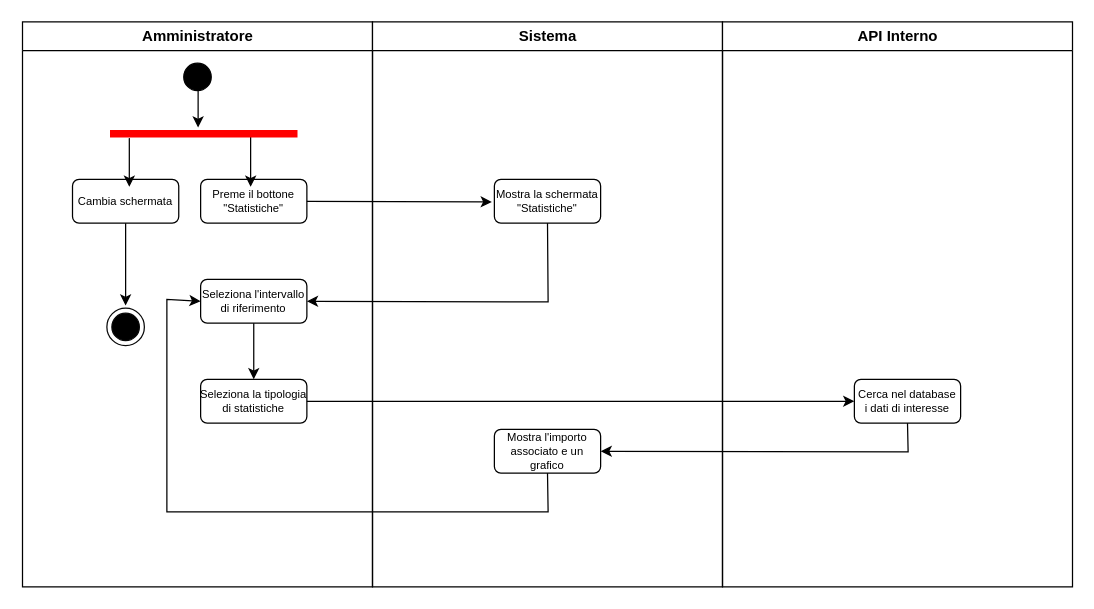
Before: Documentazione/Activity Diagram/drawio/Activity Diagram - Visualizza Statistiche.drawio in vittorioruggiero/Progetto-IngSw, a draw.io diagram. Source tidied: cells renumbered, new cells numbered last; positions are measured from the earlier drawing's top-left corner, leaving out a move shared by most shapes. Both pictures are drawn from the tidied source at 125%, with x=0, y=0 at pixel (21, 21).
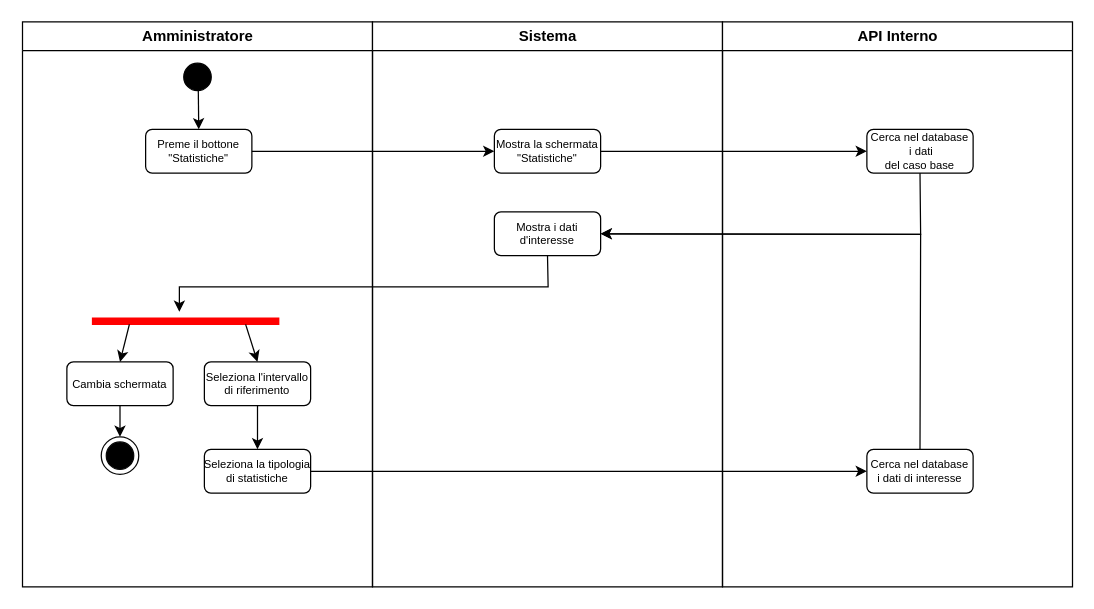
After the change.

Unchanged cells that the change refers to:
```xml
<mxCell id="2" value="Amministratore" style="swimlane;whiteSpace=wrap;" parent="1" vertex="1">
  <mxGeometry x="0.5" width="280" height="452" as="geometry" />
</mxCell>
<mxCell id="13" value="Sistema" style="swimlane;whiteSpace=wrap;" parent="1" vertex="1">
  <mxGeometry x="280.5" width="280" height="452" as="geometry" />
</mxCell>
<mxCell id="16" value="API Interno" style="swimlane;whiteSpace=wrap;" parent="1" vertex="1">
  <mxGeometry x="560.5" width="280" height="452" as="geometry" />
</mxCell>
```

Diff of the diagram source:
```diff
@@
     <mxCell id="4" value="Preme il bottone &#10;&quot;Statistiche&quot;" style="strokeColor=#000000;fontSize=9;rounded=1;" parent="2" vertex="1">
-      <mxGeometry x="142.5" y="126" width="85" height="35" as="geometry" />
+      <mxGeometry x="98.5" y="86" width="85" height="35" as="geometry" />
     </mxCell>
     <mxCell id="5" value="Seleziona l'intervallo&#10;di riferimento" style="strokeColor=#000000;fontSize=9;rounded=1;" parent="2" vertex="1">
-      <mxGeometry x="142.5" y="206" width="85" height="35" as="geometry" />
+      <mxGeometry x="145.5" y="272" width="85" height="35" as="geometry" />
     </mxCell>
     <mxCell id="6" value="Seleziona la tipologia&#10;di statistiche" style="strokeColor=#000000;fontSize=9;rounded=1;" parent="2" vertex="1">
-      <mxGeometry x="142.5" y="286" width="85" height="35" as="geometry" />
+      <mxGeometry x="145.5" y="342" width="85" height="35" as="geometry" />
     </mxCell>
-    <mxCell id="7" style="endArrow=classic;html=1;rounded=0;entryX=0.471;entryY=0.171;entryDx=0;entryDy=0;startArrow=none;exitX=0.75;exitY=0.5;exitDx=0;exitDy=0;exitPerimeter=0;entryPerimeter=0;" parent="2" edge="1" source="9" target="4">
-      <mxGeometry relative="1" as="geometry" />
-    </mxCell>
@@
-    <mxCell id="9" style="shape=line;strokeWidth=6;strokeColor=#ff0000;rotation=0;" parent="2" vertex="1">
-      <mxGeometry x="70" y="82" width="150" height="15" as="geometry" />
-    </mxCell>
     <mxCell id="10" value="Cambia schermata" style="strokeColor=#000000;fontSize=9;rounded=1;" parent="2" vertex="1">
-      <mxGeometry x="40" y="126" width="85" height="35" as="geometry" />
+      <mxGeometry x="35.5" y="272" width="85" height="35" as="geometry" />
     </mxCell>
-    <mxCell id="11" style="endArrow=classic;html=1;rounded=0;startArrow=none;exitX=0.103;exitY=0.733;exitDx=0;exitDy=0;exitPerimeter=0;entryX=0.535;entryY=0.171;entryDx=0;entryDy=0;entryPerimeter=0;" parent="2" edge="1" source="9" target="10">
-      <mxGeometry relative="1" as="geometry" />
-    </mxCell>
     <mxCell id="12" style="ellipse;shape=endState;fillColor=#000000;strokeColor=#080808;" parent="2" vertex="1">
-      <mxGeometry x="67.5" y="229" width="30" height="30" as="geometry" />
+      <mxGeometry x="63" y="332" width="30" height="30" as="geometry" />
     </mxCell>
+    <mxCell id="25" style="shape=line;strokeWidth=6;strokeColor=#ff0000;rotation=0;" parent="2" vertex="1">
+      <mxGeometry x="55.5" y="232" width="150" height="15" as="geometry" />
+    </mxCell>
+    <mxCell id="26" style="endArrow=classic;html=1;rounded=0;exitX=0.5;exitY=1;exitDx=0;exitDy=0;entryX=0.5;entryY=0;entryDx=0;entryDy=0;" parent="2" edge="1" source="10" target="12">
+      <mxGeometry relative="1" as="geometry" />
+    </mxCell>
+    <mxCell id="27" style="endArrow=classic;html=1;rounded=0;entryX=0.5;entryY=0;entryDx=0;entryDy=0;" parent="2" edge="1" target="10">
+      <mxGeometry relative="1" as="geometry">
+        <mxPoint x="85.5" y="242" as="sourcePoint" />
+      </mxGeometry>
+    </mxCell>
+    <mxCell id="28" style="endArrow=classic;html=1;rounded=0;exitX=0.82;exitY=0.667;exitDx=0;exitDy=0;entryX=0.5;entryY=0;entryDx=0;entryDy=0;exitPerimeter=0;" parent="2" edge="1" source="25" target="5">
+      <mxGeometry relative="1" as="geometry" />
+    </mxCell>
@@
     <mxCell id="14" value="Mostra la schermata&#10;&quot;Statistiche&quot;" style="strokeColor=#000000;fontSize=9;rounded=1;" parent="13" vertex="1">
-      <mxGeometry x="97.5" y="126" width="85" height="35" as="geometry" />
+      <mxGeometry x="97.5" y="86" width="85" height="35" as="geometry" />
     </mxCell>
-    <mxCell id="15" value="Mostra l'importo&#10;associato e un&#10;grafico" style="strokeColor=#000000;fontSize=9;rounded=1;" parent="13" vertex="1">
-      <mxGeometry x="97.5" y="326" width="85" height="35" as="geometry" />
-    </mxCell>
+    <mxCell id="29" value="Mostra i dati&#10;d'interesse" style="strokeColor=#000000;fontSize=9;rounded=1;" parent="13" vertex="1">
+      <mxGeometry x="97.5" y="152" width="85" height="35" as="geometry" />
+    </mxCell>
@@
     <mxCell id="17" value="Cerca nel database&#10;i dati di interesse" style="strokeColor=#000000;fontSize=9;rounded=1;" parent="16" vertex="1">
-      <mxGeometry x="105.5" y="286" width="85" height="35" as="geometry" />
+      <mxGeometry x="115.5" y="342" width="85" height="35" as="geometry" />
     </mxCell>
+    <mxCell id="30" value="Cerca nel database&#10; i dati&#10;del caso base" style="strokeColor=#000000;fontSize=9;rounded=1;" parent="16" vertex="1">
+      <mxGeometry x="115.5" y="86" width="85" height="35" as="geometry" />
+    </mxCell>
-    <mxCell id="18" style="endArrow=classic;html=1;rounded=0;exitX=1;exitY=0.5;exitDx=0;exitDy=0;" parent="1" edge="1" source="4">
-      <mxGeometry relative="1" as="geometry">
-        <mxPoint x="376" y="144" as="targetPoint" />
-      </mxGeometry>
+    <mxCell id="18" style="endArrow=classic;html=1;rounded=0;exitX=1;exitY=0.5;exitDx=0;exitDy=0;entryX=0;entryY=0.5;entryDx=0;entryDy=0;" parent="1" edge="1" source="4" target="14">
+      <mxGeometry relative="1" as="geometry" />
     </mxCell>
-    <mxCell id="19" style="endArrow=classic;html=1;rounded=0;exitX=0.5;exitY=1;exitDx=0;exitDy=0;entryX=1;entryY=0.5;entryDx=0;entryDy=0;" parent="1" edge="1" source="14" target="5">
-      <mxGeometry relative="1" as="geometry">
-        <Array as="points">
-          <mxPoint x="421" y="224" />
-        </Array>
-      </mxGeometry>
-    </mxCell>
@@
-    <mxCell id="21" style="endArrow=classic;html=1;rounded=0;exitX=0.5;exitY=1;exitDx=0;exitDy=0;entryX=1;entryY=0.5;entryDx=0;entryDy=0;" parent="1" edge="1" source="17" target="15">
+    <mxCell id="21" style="endArrow=classic;html=1;rounded=0;entryX=1;entryY=0.5;entryDx=0;entryDy=0;exitX=0.5;exitY=0;exitDx=0;exitDy=0;" parent="1" edge="1" source="17" target="29">
       <mxGeometry relative="1" as="geometry">
         <Array as="points">
-          <mxPoint x="709" y="344" />
+          <mxPoint x="719" y="170" />
         </Array>
       </mxGeometry>
     </mxCell>
-    <mxCell id="22" style="endArrow=classic;html=1;rounded=0;exitX=0.5;exitY=1;exitDx=0;exitDy=0;" parent="1" edge="1" source="10">
-      <mxGeometry relative="1" as="geometry">
-        <mxPoint x="83" y="227" as="targetPoint" />
-      </mxGeometry>
-    </mxCell>
-    <mxCell id="23" style="endArrow=classic;html=1;rounded=0;exitX=0.5;exitY=1;exitDx=0;exitDy=0;entryX=0;entryY=0.5;entryDx=0;entryDy=0;" parent="1" edge="1" source="15" target="5">
-      <mxGeometry relative="1" as="geometry">
-        <Array as="points">
-          <mxPoint x="421" y="392" />
-          <mxPoint x="116" y="392" />
-          <mxPoint x="116" y="222" />
-        </Array>
-      </mxGeometry>
-    </mxCell>
-    <mxCell id="24" style="endArrow=classic;html=1;rounded=0;entryX=0.471;entryY=0.171;entryDx=0;entryDy=0;startArrow=none;exitX=0.75;exitY=0.5;exitDx=0;exitDy=0;exitPerimeter=0;entryPerimeter=0;" parent="1" edge="1">
+    <mxCell id="24" style="endArrow=classic;html=1;rounded=0;entryX=0.5;entryY=0;entryDx=0;entryDy=0;startArrow=none;exitX=0.75;exitY=0.5;exitDx=0;exitDy=0;exitPerimeter=0;" parent="1" edge="1" target="4">
       <mxGeometry relative="1" as="geometry">
         <mxPoint x="141" y="42" as="sourcePoint" />
-        <mxPoint x="141" y="84.5" as="targetPoint" />
       </mxGeometry>
     </mxCell>
+    <mxCell id="31" style="endArrow=classic;html=1;rounded=0;exitX=0.5;exitY=1;exitDx=0;exitDy=0;" parent="1" edge="1" source="29">
+      <mxGeometry relative="1" as="geometry">
+        <mxPoint x="126" y="232" as="targetPoint" />
+        <Array as="points">
+          <mxPoint x="421" y="212" />
+          <mxPoint x="126" y="212" />
+        </Array>
+      </mxGeometry>
+    </mxCell>
+    <mxCell id="19" style="endArrow=classic;html=1;rounded=0;exitX=1;exitY=0.5;exitDx=0;exitDy=0;entryX=0;entryY=0.5;entryDx=0;entryDy=0;" parent="1" edge="1" source="14" target="30">
+      <mxGeometry relative="1" as="geometry" />
+    </mxCell>
+    <mxCell id="32" style="endArrow=classic;html=1;rounded=0;entryX=1;entryY=0.5;entryDx=0;entryDy=0;exitX=0.5;exitY=1;exitDx=0;exitDy=0;" parent="1" edge="1" source="30" target="29">
+      <mxGeometry relative="1" as="geometry">
+        <Array as="points">
+          <mxPoint x="719" y="170" />
+        </Array>
+      </mxGeometry>
+    </mxCell>
```
